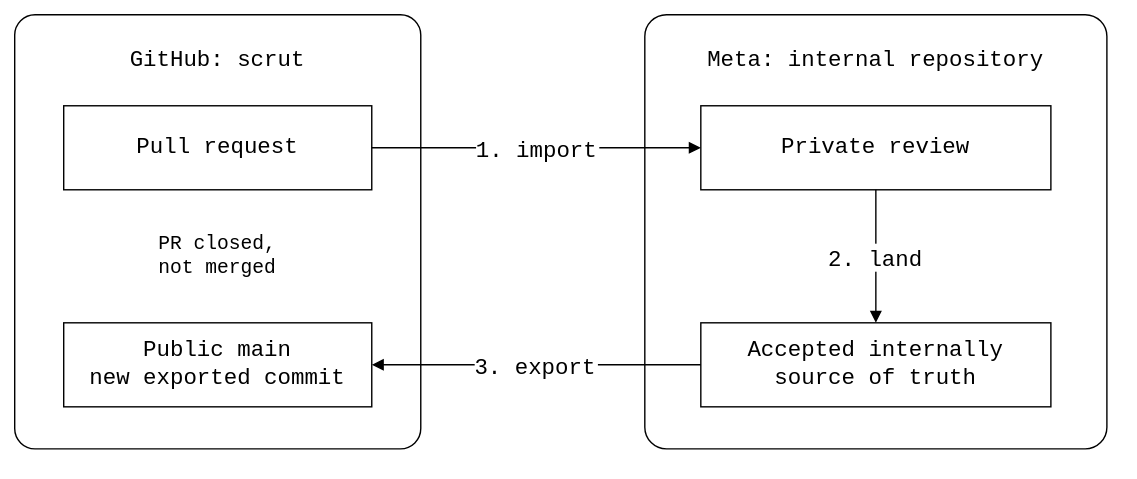
Before: docs/05-comparisons/02-third-party/shipit-contribution.drawio.svg, a diagram exported from draw.io (roschaefer/git-splice). Source tidied: cells renumbered, new cells last; positions are measured from the earlier drawing's top-left corner, leaving out a move shared by most shapes. Source of this version:
```xml
<mxGraphModel background="#ffffff">
  <root>
    <mxCell id="0" />
    <mxCell id="1" parent="0" />
    <mxCell id="2" value="GitHub: scrut" style="fontFamily=Roboto Mono,monospace;fontSize=16;rounded=1;arcSize=5;fillColor=none;strokeColor=#000000;verticalAlign=top;spacingTop=15;" parent="1" vertex="1">
      <mxGeometry width="290" height="310" as="geometry" />
    </mxCell>
    <mxCell id="3" value="Meta: internal repository" style="fontFamily=Roboto Mono,monospace;fontSize=16;rounded=1;arcSize=5;fillColor=none;strokeColor=#000000;verticalAlign=top;spacingTop=15;" parent="1" vertex="1">
      <mxGeometry x="450" width="330" height="310" as="geometry" />
    </mxCell>
    <mxCell id="4" value="Pull request" style="fontFamily=Roboto Mono,monospace;fontSize=16;rounded=0;whiteSpace=wrap;html=0;fillColor=#ffffff;strokeColor=#000000;" parent="1" vertex="1">
      <mxGeometry x="35" y="65" width="220" height="60" as="geometry" />
    </mxCell>
    <mxCell id="5" value="Private review" style="fontFamily=Roboto Mono,monospace;fontSize=16;rounded=0;whiteSpace=wrap;html=0;fillColor=#ffffff;strokeColor=#000000;" parent="1" vertex="1">
      <mxGeometry x="490" y="65" width="250" height="60" as="geometry" />
    </mxCell>
    <mxCell id="6" value="Accepted internally&#10;source of truth" style="fontFamily=Roboto Mono,monospace;fontSize=16;rounded=0;whiteSpace=wrap;html=0;fillColor=#ffffff;strokeColor=#000000;" parent="1" vertex="1">
      <mxGeometry x="490" y="220" width="250" height="60" as="geometry" />
    </mxCell>
    <mxCell id="7" value="Public main&#10;new exported commit" style="fontFamily=Roboto Mono,monospace;fontSize=16;rounded=0;whiteSpace=wrap;html=0;fillColor=#ffffff;strokeColor=#000000;" parent="1" vertex="1">
      <mxGeometry x="35" y="220" width="220" height="60" as="geometry" />
    </mxCell>
    <mxCell id="8" value="PR closed,&#10;not merged" style="fontFamily=Roboto Mono,monospace;fontSize=16;text;html=0;align=center;verticalAlign=middle;whiteSpace=wrap;strokeColor=none;fillColor=none;fontSize=14;" parent="1" vertex="1">
      <mxGeometry x="35" y="147" width="220" height="50" as="geometry" />
    </mxCell>
    <mxCell id="9" value="1. import" style="fontFamily=Roboto Mono,monospace;fontSize=16;edgeStyle=orthogonalEdgeStyle;rounded=0;html=0;endArrow=block;endFill=1;strokeColor=#000000;labelBackgroundColor=#ffffff;" parent="1" edge="1" source="4" target="5">
      <mxGeometry relative="1" as="geometry" />
    </mxCell>
    <mxCell id="10" value="2. land" style="fontFamily=Roboto Mono,monospace;fontSize=16;edgeStyle=orthogonalEdgeStyle;rounded=0;html=0;endArrow=block;endFill=1;strokeColor=#000000;labelBackgroundColor=#ffffff;" parent="1" edge="1" source="5" target="6">
      <mxGeometry relative="1" as="geometry" />
    </mxCell>
    <mxCell id="11" value="3. export" style="fontFamily=Roboto Mono,monospace;fontSize=16;edgeStyle=orthogonalEdgeStyle;rounded=0;html=0;endArrow=block;endFill=1;strokeColor=#000000;labelBackgroundColor=#ffffff;" parent="1" edge="1" source="6" target="7">
      <mxGeometry relative="1" as="geometry" />
    </mxCell>
  </root>
</mxGraphModel>
```
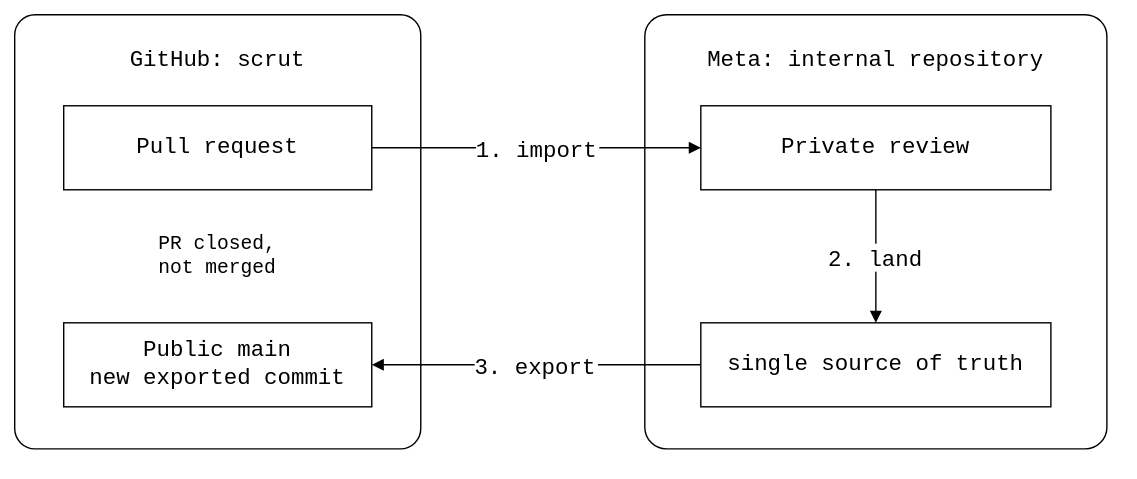
The same diagram one commit later.

Change to the diagram source:
```diff
@@ -14,7 +14,7 @@
     <mxCell id="5" value="Private review" style="fontFamily=Roboto Mono,monospace;fontSize=16;rounded=0;whiteSpace=wrap;html=0;fillColor=#ffffff;strokeColor=#000000;" parent="1" vertex="1">
       <mxGeometry x="490" y="65" width="250" height="60" as="geometry" />
     </mxCell>
-    <mxCell id="6" value="Accepted internally&#10;source of truth" style="fontFamily=Roboto Mono,monospace;fontSize=16;rounded=0;whiteSpace=wrap;html=0;fillColor=#ffffff;strokeColor=#000000;" parent="1" vertex="1">
+    <mxCell id="6" value="single source of truth" style="fontFamily=Roboto Mono,monospace;fontSize=16;rounded=0;whiteSpace=wrap;html=0;fillColor=#ffffff;strokeColor=#000000;" parent="1" vertex="1">
       <mxGeometry x="490" y="220" width="250" height="60" as="geometry" />
     </mxCell>
     <mxCell id="7" value="Public main&#10;new exported commit" style="fontFamily=Roboto Mono,monospace;fontSize=16;rounded=0;whiteSpace=wrap;html=0;fillColor=#ffffff;strokeColor=#000000;" parent="1" vertex="1">
```
